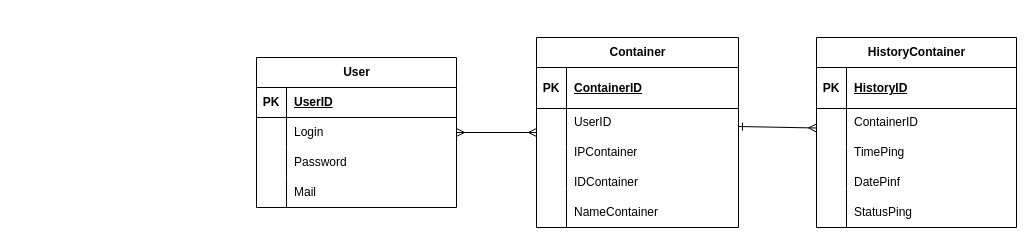
This is docs/tableDB.drawio from Mamvriyskiy/dockerPing, a draw.io file, before an edit. Source tidied: cells renumbered, new cells numbered last; positions are measured from the earlier drawing's top-left corner, leaving out a move shared by most shapes. Both pictures are drawn from the tidied source at 100%, with x=0, y=0 at pixel (256, 37).
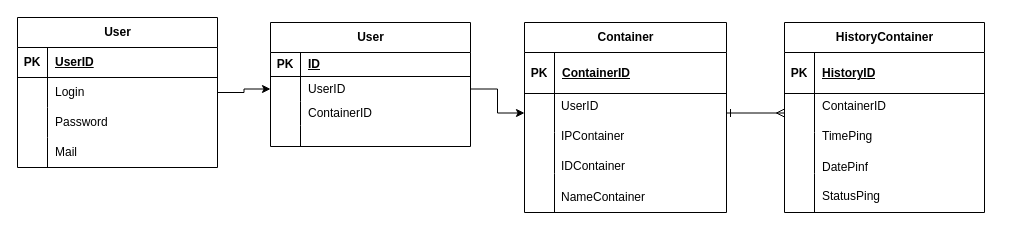
The same page after the edit.

The change refers to these unchanged cells:
```xml
<mxCell id="6" style="shape=tableRow;horizontal=0;startSize=0;swimlaneHead=0;swimlaneBody=0;fillColor=none;points=[[0,0.5],[1,0.5]];portConstraint=eastwest;top=0;left=0;right=0;bottom=0;" parent="2" vertex="1">
  <mxGeometry y="60" width="200" height="30" as="geometry" />
</mxCell>
<mxCell id="19" style="shape=tableRow;horizontal=0;startSize=0;swimlaneHead=0;swimlaneBody=0;fillColor=none;points=[[0,0.5],[1,0.5]];portConstraint=eastwest;top=0;left=0;right=0;bottom=0;" parent="15" vertex="1">
  <mxGeometry y="71" width="202" height="39" as="geometry" />
</mxCell>
<mxCell id="36" style="shape=tableRow;horizontal=0;startSize=0;swimlaneHead=0;swimlaneBody=0;fillColor=none;points=[[0,0.5],[1,0.5]];portConstraint=eastwest;top=0;left=0;right=0;bottom=0;" parent="32" vertex="1">
  <mxGeometry y="71" width="200" height="39" as="geometry" />
</mxCell>
```

The edit, as a diff of the source:
```diff
@@
     <mxCell id="2" value="User" style="shape=table;startSize=30;childLayout=tableLayout;rowLines=0;fontStyle=1;align=center;html=1;" parent="1" vertex="1">
-      <mxGeometry y="20" width="200" height="150" as="geometry" />
+      <mxGeometry x="-239" y="-20" width="200" height="150" as="geometry" />
     </mxCell>
@@
     <mxCell id="15" value="Container" style="shape=table;startSize=30;childLayout=tableLayout;rowLines=0;fontStyle=1;align=center;html=1;columnLines=1;resizeLastRow=0;" parent="1" vertex="1">
-      <mxGeometry x="280" width="202" height="190" as="geometry" />
+      <mxGeometry x="268" y="-15" width="202" height="190" as="geometry" />
     </mxCell>
@@
     <mxCell id="28" value="UserID" style="shape=partialRectangle;fillColor=none;top=0;left=0;bottom=0;right=0;align=left;spacingLeft=6;overflow=hidden;whiteSpace=wrap;html=1;" parent="1" vertex="1">
-      <mxGeometry x="310" y="70" width="170" height="30" as="geometry" />
+      <mxGeometry x="297" y="54" width="170" height="30" as="geometry" />
     </mxCell>
     <mxCell id="29" value="IPContainer" style="shape=partialRectangle;fillColor=none;top=0;left=0;bottom=0;right=0;align=left;spacingLeft=6;overflow=hidden;whiteSpace=wrap;html=1;" parent="1" vertex="1">
-      <mxGeometry x="310" y="100" width="170" height="30" as="geometry" />
+      <mxGeometry x="297" y="84" width="170" height="30" as="geometry" />
     </mxCell>
     <mxCell id="30" value="IDContainer" style="shape=partialRectangle;fillColor=none;top=0;left=0;bottom=0;right=0;align=left;spacingLeft=6;overflow=hidden;whiteSpace=wrap;html=1;" parent="1" vertex="1">
-      <mxGeometry x="310" y="130" width="170" height="30" as="geometry" />
+      <mxGeometry x="297" y="114" width="170" height="30" as="geometry" />
     </mxCell>
     <mxCell id="31" value="NameContainer" style="shape=partialRectangle;fillColor=none;top=0;left=0;bottom=0;right=0;align=left;spacingLeft=6;overflow=hidden;whiteSpace=wrap;html=1;" parent="1" vertex="1">
-      <mxGeometry x="310" y="160" width="170" height="30" as="geometry" />
+      <mxGeometry x="297" y="145" width="170" height="30" as="geometry" />
     </mxCell>
     <mxCell id="32" value="HistoryContainer" style="shape=table;startSize=30;childLayout=tableLayout;rowLines=0;fontStyle=1;align=center;html=1;columnLines=1;resizeLastRow=0;" parent="1" vertex="1">
-      <mxGeometry x="560" width="200" height="190" as="geometry" />
+      <mxGeometry x="528" y="-15" width="200" height="190" as="geometry" />
     </mxCell>
@@
     <mxCell id="45" value="ContainerID" style="shape=partialRectangle;fillColor=none;top=0;left=0;bottom=0;right=0;align=left;spacingLeft=6;overflow=hidden;whiteSpace=wrap;html=1;" parent="1" vertex="1">
-      <mxGeometry x="590" y="70" width="170" height="30" as="geometry" />
+      <mxGeometry x="558" y="54" width="170" height="30" as="geometry" />
     </mxCell>
     <mxCell id="46" value="TimePing" style="shape=partialRectangle;fillColor=none;top=0;left=0;bottom=0;right=0;align=left;spacingLeft=6;overflow=hidden;whiteSpace=wrap;html=1;" parent="1" vertex="1">
-      <mxGeometry x="590" y="100" width="170" height="30" as="geometry" />
+      <mxGeometry x="558" y="84" width="170" height="30" as="geometry" />
     </mxCell>
     <mxCell id="47" value="DatePinf" style="shape=partialRectangle;fillColor=none;top=0;left=0;bottom=0;right=0;align=left;spacingLeft=6;overflow=hidden;whiteSpace=wrap;html=1;" parent="1" vertex="1">
-      <mxGeometry x="590" y="130" width="170" height="30" as="geometry" />
+      <mxGeometry x="558" y="115" width="170" height="30" as="geometry" />
     </mxCell>
     <mxCell id="48" value="StatusPing" style="shape=partialRectangle;fillColor=none;top=0;left=0;bottom=0;right=0;align=left;spacingLeft=6;overflow=hidden;whiteSpace=wrap;html=1;" parent="1" vertex="1">
-      <mxGeometry x="590" y="160" width="170" height="30" as="geometry" />
+      <mxGeometry x="558" y="144" width="170" height="30" as="geometry" />
     </mxCell>
-    <mxCell id="49" style="endArrow=ERmany;html=1;rounded=0;exitX=1;exitY=0.5;exitDx=0;exitDy=0;entryX=0;entryY=0.5;entryDx=0;entryDy=0;endFill=0;startArrow=ERmany;startFill=0;" parent="1" edge="1" source="6" target="15">
-      <mxGeometry relative="1" as="geometry" />
-    </mxCell>
-    <mxCell id="50" style="endArrow=ERone;html=1;rounded=0;exitX=0;exitY=0.5;exitDx=0;exitDy=0;startArrow=ERmany;startFill=0;endFill=0;" parent="1" edge="1" source="36">
-      <mxGeometry relative="1" as="geometry">
-        <mxPoint x="482" y="89" as="targetPoint" />
-      </mxGeometry>
+    <mxCell id="50" style="endArrow=ERone;html=1;rounded=0;exitX=0;exitY=0.5;exitDx=0;exitDy=0;startArrow=ERmany;startFill=0;endFill=0;entryX=1;entryY=0.5;entryDx=0;entryDy=0;" parent="1" edge="1" source="36" target="19">
+      <mxGeometry relative="1" as="geometry" />
     </mxCell>
+    <mxCell id="51" value="User" style="shape=table;startSize=30;childLayout=tableLayout;rowLines=0;fontStyle=1;align=center;html=1;" parent="1" vertex="1">
+      <mxGeometry x="14" y="-15" width="200" height="124" as="geometry" />
+    </mxCell>
+    <mxCell id="52" style="shape=tableRow;horizontal=0;startSize=0;swimlaneHead=0;swimlaneBody=0;fillColor=none;top=0;left=0;right=0;bottom=1;" parent="51" vertex="1">
+      <mxGeometry y="30" width="200" height="24" as="geometry" />
+    </mxCell>
+    <mxCell id="53" value="PK" style="shape=partialRectangle;fillColor=none;top=0;left=0;bottom=0;right=0;fontStyle=1;overflow=hidden;whiteSpace=wrap;html=1;" parent="52" vertex="1">
+      <mxGeometry width="30" height="24" as="geometry" />
+    </mxCell>
+    <mxCell id="54" value="ID" style="shape=partialRectangle;fillColor=none;top=0;left=0;bottom=0;right=0;align=left;spacingLeft=6;fontStyle=5;overflow=hidden;whiteSpace=wrap;html=1;" parent="52" vertex="1">
+      <mxGeometry x="30" width="170" height="24" as="geometry" />
+    </mxCell>
+    <mxCell id="55" style="shape=tableRow;horizontal=0;startSize=0;swimlaneHead=0;swimlaneBody=0;fillColor=none;points=[[0,0.5],[1,0.5]];portConstraint=eastwest;top=0;left=0;right=0;bottom=0;" parent="51" vertex="1">
+      <mxGeometry y="54" width="200" height="25" as="geometry" />
+    </mxCell>
+    <mxCell id="56" style="shape=partialRectangle;fillColor=none;top=0;left=0;bottom=0;right=0;overflow=hidden;whiteSpace=wrap;html=1;" parent="55" vertex="1">
+      <mxGeometry width="30" height="25" as="geometry" />
+    </mxCell>
+    <mxCell id="57" value="UserID" style="shape=partialRectangle;fillColor=none;top=0;left=0;bottom=0;right=0;align=left;spacingLeft=6;overflow=hidden;whiteSpace=wrap;html=1;" parent="55" vertex="1">
+      <mxGeometry x="30" width="170" height="25" as="geometry" />
+    </mxCell>
+    <mxCell id="58" style="shape=tableRow;horizontal=0;startSize=0;swimlaneHead=0;swimlaneBody=0;fillColor=none;top=0;left=0;right=0;bottom=0;" parent="51" vertex="1">
+      <mxGeometry y="79" width="200" height="24" as="geometry" />
+    </mxCell>
+    <mxCell id="59" style="shape=partialRectangle;fillColor=none;top=0;left=0;bottom=0;right=0;overflow=hidden;whiteSpace=wrap;html=1;" parent="58" vertex="1">
+      <mxGeometry width="30" height="24" as="geometry" />
+    </mxCell>
+    <mxCell id="60" value="ContainerID" style="shape=partialRectangle;fillColor=none;top=0;left=0;bottom=0;right=0;align=left;spacingLeft=6;overflow=hidden;whiteSpace=wrap;html=1;" parent="58" vertex="1">
+      <mxGeometry x="30" width="170" height="24" as="geometry" />
+    </mxCell>
+    <mxCell id="61" style="shape=tableRow;horizontal=0;startSize=0;swimlaneHead=0;swimlaneBody=0;fillColor=none;top=0;left=0;right=0;bottom=0;" parent="51" vertex="1">
+      <mxGeometry y="103" width="200" height="21" as="geometry" />
+    </mxCell>
+    <mxCell id="62" style="shape=partialRectangle;fillColor=none;top=0;left=0;bottom=0;right=0;overflow=hidden;whiteSpace=wrap;html=1;" parent="61" vertex="1">
+      <mxGeometry width="30" height="21" as="geometry" />
+    </mxCell>
+    <mxCell id="63" style="shape=partialRectangle;fillColor=none;top=0;left=0;bottom=0;right=0;align=left;spacingLeft=6;overflow=hidden;whiteSpace=wrap;html=1;" parent="61" vertex="1">
+      <mxGeometry x="30" width="170" height="21" as="geometry" />
+    </mxCell>
+    <mxCell id="64" style="edgeStyle=orthogonalEdgeStyle;rounded=0;jettySize=auto;html=1;exitX=1;exitY=0.5;exitDx=0;exitDy=0;entryX=0;entryY=0.5;entryDx=0;entryDy=0;" parent="1" edge="1" source="55" target="19">
+      <mxGeometry relative="1" as="geometry" />
+    </mxCell>
+    <mxCell id="65" style="edgeStyle=orthogonalEdgeStyle;rounded=0;jettySize=auto;html=1;exitX=1;exitY=0.5;exitDx=0;exitDy=0;entryX=0;entryY=0.5;entryDx=0;entryDy=0;" parent="1" edge="1" source="6" target="55">
+      <mxGeometry relative="1" as="geometry" />
+    </mxCell>
```
